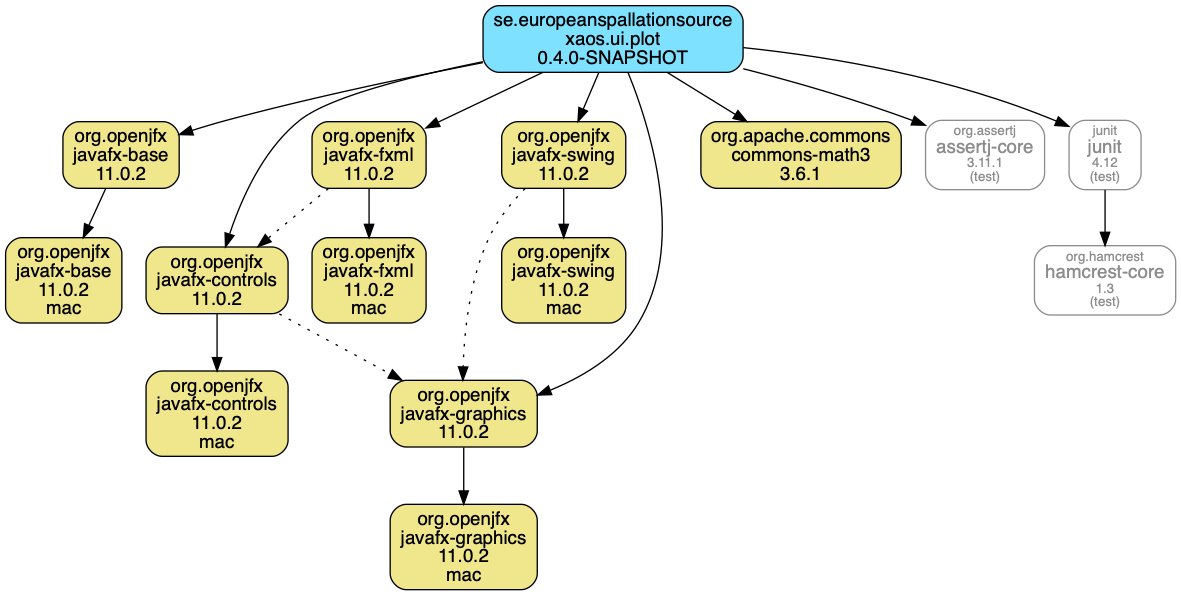
The Graphviz diagram xaos.ui.plot.module/doc/maven-dependencies.png in ESSICS/XAOS, before a commit. Its source is kept beside it as xaos.ui.plot.module/doc/maven-dependencies.dot.
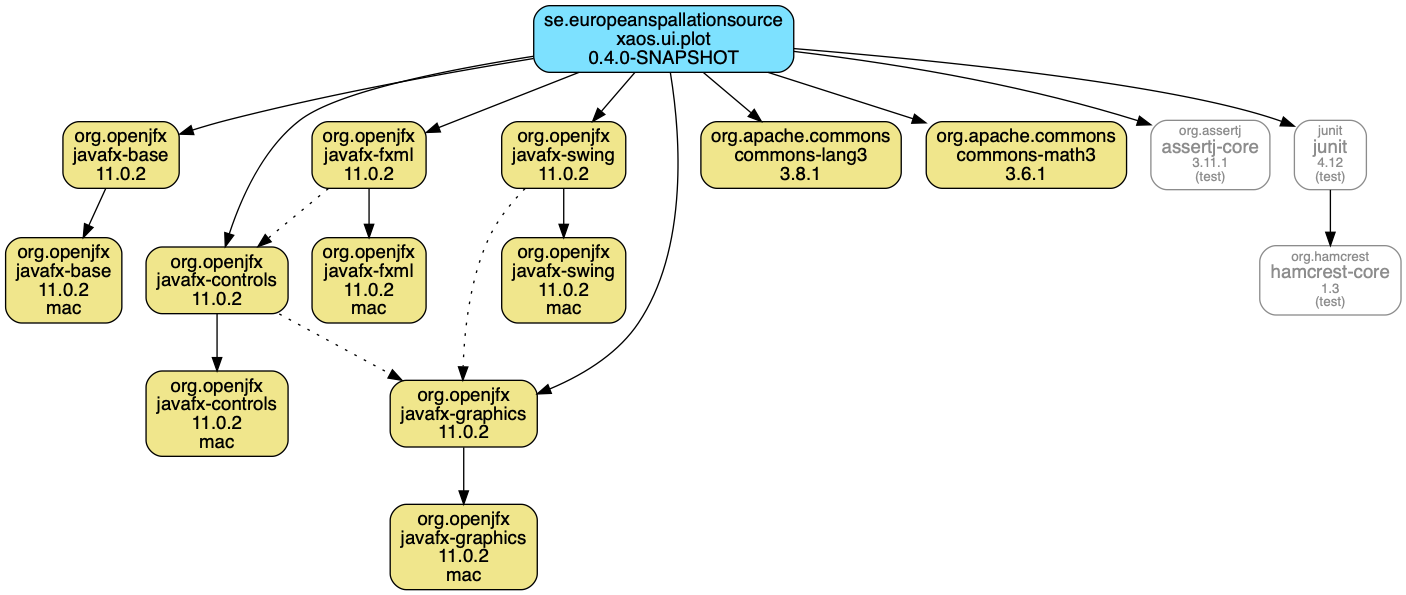
Above is the later version.

Change to the diagram source:
```diff
@@ -13,6 +13,7 @@
   "org.openjfx:javafx-graphics:jar:mac"[shape="box",style="rounded, filled",fillcolor="khaki",label=<org.openjfx<br/>javafx-graphics<br/>11.0.2<br/>mac>]
   "org.openjfx:javafx-swing:jar"[shape="box",style="rounded, filled",fillcolor="khaki",label=<org.openjfx<br/>javafx-swing<br/>11.0.2>]
   "org.openjfx:javafx-swing:jar:mac"[shape="box",style="rounded, filled",fillcolor="khaki",label=<org.openjfx<br/>javafx-swing<br/>11.0.2<br/>mac>]
+  "org.apache.commons:commons-lang3:jar"[shape="box",style="rounded, filled",fillcolor="khaki",label=<org.apache.commons<br/>commons-lang3<br/>3.8.1>]
   "org.apache.commons:commons-math3:jar"[shape="box",style="rounded, filled",fillcolor="khaki",label=<org.apache.commons<br/>commons-math3<br/>3.6.1>]
   "org.assertj:assertj-core:jar"[shape="box",style="rounded",color="grey55",fontname="Helvetica",fontsize="14",fontcolor="grey55",label=<<font color="grey55" point-size="10">org.assertj</font><br/>assertj-core<font color="grey55" point-size="10"><br/>3.11.1</font><font color="grey55" point-size="10"><br/>(test)</font>>]
   "junit:junit:jar"[shape="box",style="rounded",color="grey55",fontname="Helvetica",fontsize="14",fontcolor="grey55",label=<<font color="grey55" point-size="10">junit</font><br/>junit<font color="grey55" point-size="10"><br/>4.12</font><font color="grey55" point-size="10"><br/>(test)</font>>]
@@ -31,6 +32,7 @@
   "org.openjfx:javafx-swing:jar" -> "org.openjfx:javafx-swing:jar:mac"
   "org.openjfx:javafx-swing:jar" -> "org.openjfx:javafx-graphics:jar"[style="dotted"]
   "se.europeanspallationsource:xaos.ui.plot:jar" -> "org.openjfx:javafx-swing:jar"
+  "se.europeanspallationsource:xaos.ui.plot:jar" -> "org.apache.commons:commons-lang3:jar"
   "se.europeanspallationsource:xaos.ui.plot:jar" -> "org.apache.commons:commons-math3:jar"
   "se.europeanspallationsource:xaos.ui.plot:jar" -> "org.assertj:assertj-core:jar"
   "junit:junit:jar" -> "org.hamcrest:hamcrest-core:jar"
```
